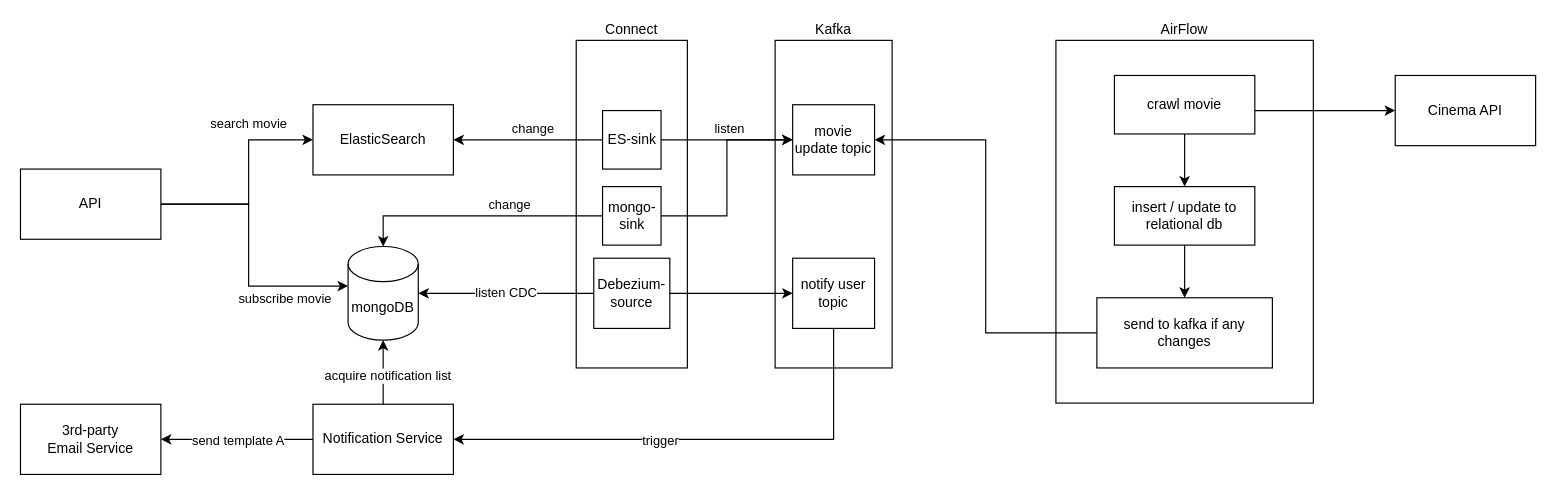
harrison-yck/data-engineering keeps this draw.io diagram as graph/arch.drawio. Above is the earlier version. Source tidied: cells renumbered, new cells numbered last; positions are measured from the earlier drawing's top-left corner, leaving out a move shared by most shapes. Both pictures are drawn from the tidied source at 117%, with x=0, y=0 at pixel (20, 40).
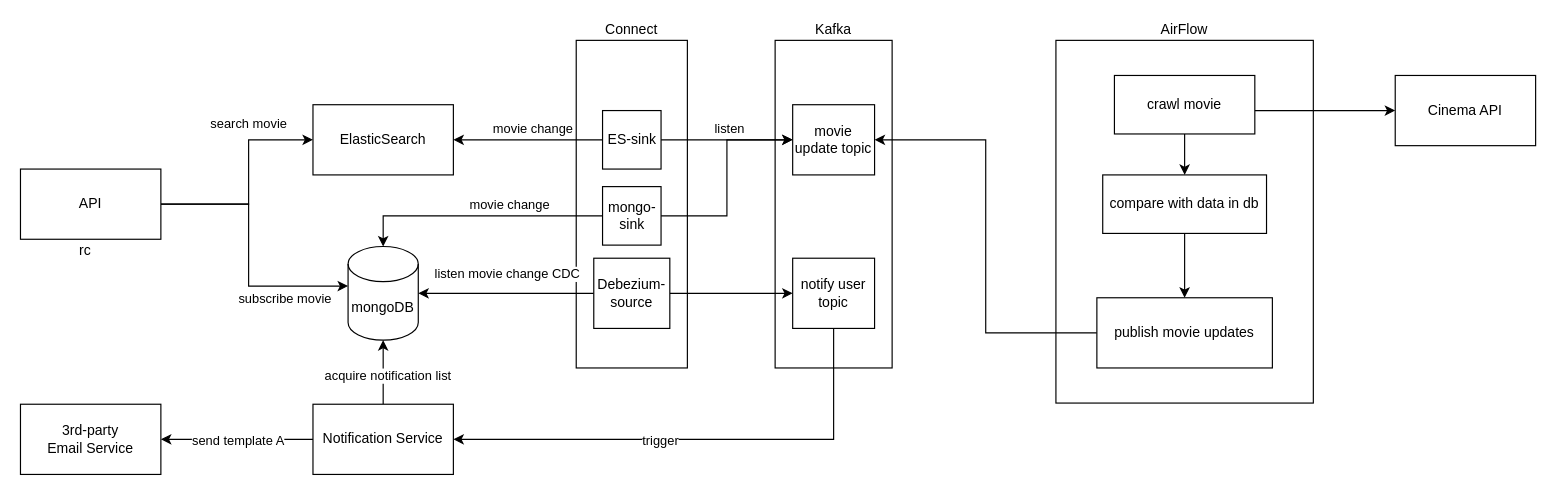
After the change.

Unchanged cells that the change refers to:
```xml
<mxCell id="6" value="crawl movie" style="rounded=0;whiteSpace=wrap;html=1;labelPosition=center;verticalLabelPosition=middle;align=center;verticalAlign=middle;" parent="1" vertex="1">
  <mxGeometry x="935" y="30" width="120" height="50" as="geometry" />
</mxCell>
<mxCell id="20" style="edgeStyle=orthogonalEdgeStyle;rounded=0;jettySize=auto;html=1;entryX=1;entryY=0.5;entryDx=0;entryDy=0;" parent="1" edge="1" source="24" target="7">
  <mxGeometry relative="1" as="geometry" />
</mxCell>
<mxCell id="26" style="edgeStyle=orthogonalEdgeStyle;rounded=0;jettySize=auto;html=1;entryX=0.5;entryY=0;entryDx=0;entryDy=0;entryPerimeter=0;" parent="1" edge="1" source="28" target="30">
  <mxGeometry relative="1" as="geometry" />
</mxCell>
<mxCell id="30" value="mongoDB" style="shape=cylinder3;whiteSpace=wrap;html=1;boundedLbl=1;backgroundOutline=1;size=15;" parent="1" vertex="1">
  <mxGeometry x="280" y="176.2" width="60" height="80" as="geometry" />
</mxCell>
<mxCell id="33" value="Debezium-source" style="rounded=0;whiteSpace=wrap;html=1;" parent="1" vertex="1">
  <mxGeometry x="490" y="186.2" width="65" height="60" as="geometry" />
</mxCell>
```

What changed in the source:
```diff
@@
-    <mxCell id="5" style="edgeStyle=orthogonalEdgeStyle;rounded=0;jettySize=auto;html=1;" parent="1" edge="1" source="6" target="38">
-      <mxGeometry relative="1" as="geometry" />
-    </mxCell>
+    <mxCell id="42" style="edgeStyle=orthogonalEdgeStyle;rounded=0;jettySize=auto;html=1;" parent="1" edge="1" source="6" target="44">
+      <mxGeometry relative="1" as="geometry" />
+    </mxCell>
@@
-    <mxCell id="21" value="change" style="edgeLabel;html=1;align=center;verticalAlign=middle;" parent="20" vertex="1">
+    <mxCell id="21" value="movie change" style="edgeLabel;html=1;align=center;verticalAlign=middle;" parent="20" vertex="1">
       <mxGeometry x="0.12" y="2" relative="1" as="geometry">
         <mxPoint x="11" y="-12" as="offset" />
       </mxGeometry>
     </mxCell>
@@
-    <mxCell id="27" value="change" style="edgeLabel;html=1;align=center;verticalAlign=middle;" parent="26" vertex="1">
+    <mxCell id="27" value="movie change" style="edgeLabel;html=1;align=center;verticalAlign=middle;" parent="26" vertex="1">
       <mxGeometry x="-0.25" y="-3" relative="1" as="geometry">
         <mxPoint y="-7" as="offset" />
       </mxGeometry>
     </mxCell>
@@
-    <mxCell id="32" value="listen CDC" style="edgeStyle=orthogonalEdgeStyle;rounded=0;jettySize=auto;html=1;" parent="1" edge="1" source="33" target="30">
-      <mxGeometry relative="1" as="geometry" />
+    <mxCell id="32" value="listen movie change CDC" style="edgeStyle=orthogonalEdgeStyle;rounded=0;jettySize=auto;html=1;" parent="1" edge="1" source="33" target="30">
+      <mxGeometry y="-16" relative="1" as="geometry">
+        <Array as="points">
+          <mxPoint x="415" y="216" />
+          <mxPoint x="415" y="216" />
+        </Array>
+        <mxPoint x="1" as="offset" />
+      </mxGeometry>
     </mxCell>
@@
-    <mxCell id="37" style="edgeStyle=orthogonalEdgeStyle;rounded=0;jettySize=auto;html=1;entryX=0.5;entryY=0;entryDx=0;entryDy=0;" parent="1" edge="1" source="38" target="40">
-      <mxGeometry relative="1" as="geometry" />
-    </mxCell>
-    <mxCell id="38" value="insert / update to relational db" style="rounded=0;whiteSpace=wrap;html=1;labelPosition=center;verticalLabelPosition=middle;align=center;verticalAlign=middle;" parent="1" vertex="1">
-      <mxGeometry x="935" y="125" width="120" height="50" as="geometry" />
-    </mxCell>
@@
-    <mxCell id="40" value="send to kafka if any changes" style="rounded=0;whiteSpace=wrap;html=1;" parent="1" vertex="1">
+    <mxCell id="40" value="publish movie updates" style="rounded=0;whiteSpace=wrap;html=1;" parent="1" vertex="1">
       <mxGeometry x="920" y="220" width="150" height="60" as="geometry" />
     </mxCell>
@@
+    <mxCell id="43" style="edgeStyle=orthogonalEdgeStyle;rounded=0;jettySize=auto;html=1;" parent="1" edge="1" source="44" target="40">
+      <mxGeometry relative="1" as="geometry" />
+    </mxCell>
+    <mxCell id="44" value="compare with data in db" style="rounded=0;whiteSpace=wrap;html=1;labelPosition=center;verticalLabelPosition=middle;align=center;verticalAlign=middle;" parent="1" vertex="1">
+      <mxGeometry x="925" y="115" width="140" height="50" as="geometry" />
+    </mxCell>
+    <mxCell id="45" value="rc" style="text;html=1;align=center;verticalAlign=middle;fillColor=none;strokeColor=none;rounded=0;" parent="1" vertex="1">
+      <mxGeometry x="40" y="165" width="30" height="30" as="geometry" />
+    </mxCell>
```
